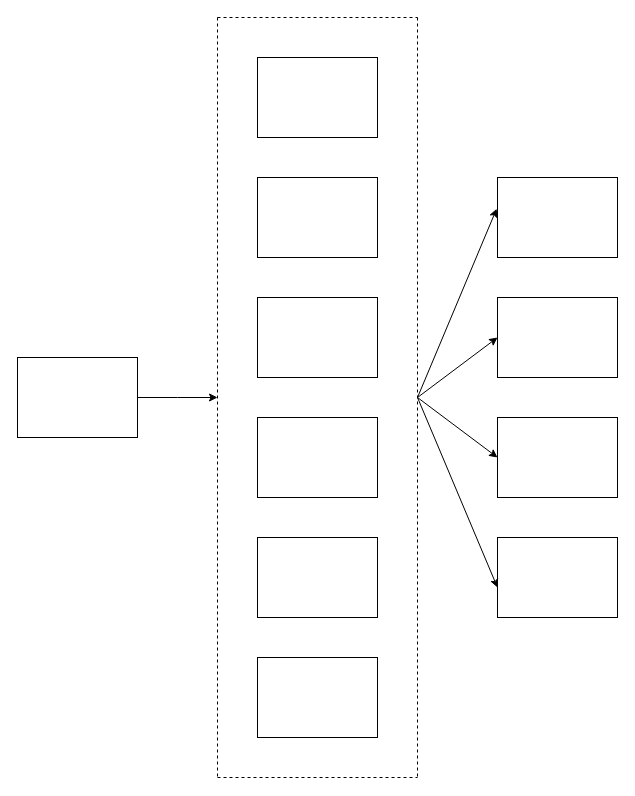
This is customerOnboardingFlowDiagram.drawio from busugu2018/muleCustomerOnboarding, a draw.io file, before an edit. Source tidied: cells renumbered, new cells numbered last; positions are measured from the earlier drawing's top-left corner, leaving out a move shared by most shapes. Both pictures are drawn from the tidied source at 100%, with x=0, y=0 at pixel (17, 17).
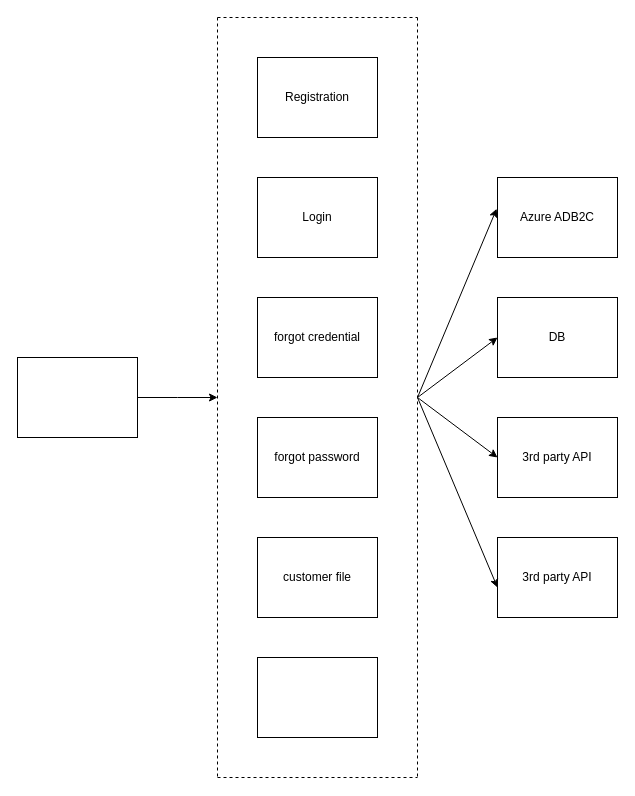
The same diagram, later.

The edit, as a diff of the source:
```diff
@@
-    <mxCell id="2" style="rounded=0;whiteSpace=wrap;html=1;" parent="1" vertex="1">
+    <mxCell id="2" value="forgot credential" style="rounded=0;whiteSpace=wrap;html=1;" parent="1" vertex="1">
       <mxGeometry x="240" y="280" width="120" height="80" as="geometry" />
     </mxCell>
@@
-    <mxCell id="6" style="rounded=0;whiteSpace=wrap;html=1;" parent="1" vertex="1">
+    <mxCell id="6" value="Registration" style="rounded=0;whiteSpace=wrap;html=1;" parent="1" vertex="1">
       <mxGeometry x="240" y="40" width="120" height="80" as="geometry" />
     </mxCell>
@@
-    <mxCell id="8" style="rounded=0;whiteSpace=wrap;html=1;" parent="1" vertex="1">
+    <mxCell id="8" value="Azure ADB2C" style="rounded=0;whiteSpace=wrap;html=1;" parent="1" vertex="1">
       <mxGeometry x="480" y="160" width="120" height="80" as="geometry" />
     </mxCell>
-    <mxCell id="9" style="rounded=0;whiteSpace=wrap;html=1;" parent="1" vertex="1">
+    <mxCell id="9" value="forgot password" style="rounded=0;whiteSpace=wrap;html=1;" parent="1" vertex="1">
       <mxGeometry x="240" y="400" width="120" height="80" as="geometry" />
     </mxCell>
-    <mxCell id="10" style="rounded=0;whiteSpace=wrap;html=1;" parent="1" vertex="1">
+    <mxCell id="10" value="Login" style="rounded=0;whiteSpace=wrap;html=1;" parent="1" vertex="1">
       <mxGeometry x="240" y="160" width="120" height="80" as="geometry" />
     </mxCell>
-    <mxCell id="11" style="rounded=0;whiteSpace=wrap;html=1;" parent="1" vertex="1">
+    <mxCell id="11" value="customer file" style="rounded=0;whiteSpace=wrap;html=1;" parent="1" vertex="1">
       <mxGeometry x="240" y="520" width="120" height="80" as="geometry" />
     </mxCell>
-    <mxCell id="12" style="rounded=0;whiteSpace=wrap;html=1;" parent="1" vertex="1">
+    <mxCell id="12" value="DB" style="rounded=0;whiteSpace=wrap;html=1;" parent="1" vertex="1">
       <mxGeometry x="480" y="280" width="120" height="80" as="geometry" />
     </mxCell>
-    <mxCell id="13" style="rounded=0;whiteSpace=wrap;html=1;" parent="1" vertex="1">
+    <mxCell id="13" value="3rd party API" style="rounded=0;whiteSpace=wrap;html=1;" parent="1" vertex="1">
       <mxGeometry x="480" y="400" width="120" height="80" as="geometry" />
     </mxCell>
-    <mxCell id="14" style="rounded=0;whiteSpace=wrap;html=1;" parent="1" vertex="1">
+    <mxCell id="14" value="3rd party API" style="rounded=0;whiteSpace=wrap;html=1;" parent="1" vertex="1">
       <mxGeometry x="480" y="520" width="120" height="80" as="geometry" />
     </mxCell>
```
